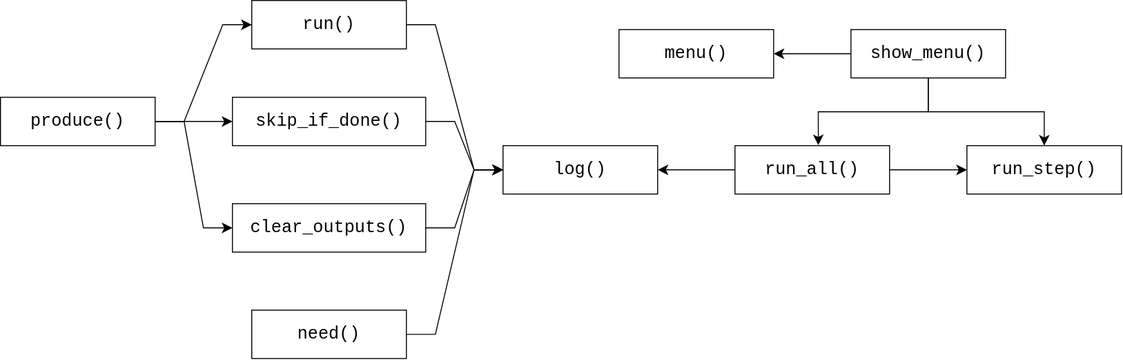
The draw.io diagram img/function_dependencies.svg in nguyuling/16S-Analysis, before a commit. Source tidied: cells renumbered, new cells last; positions are measured from the earlier drawing's top-left corner, leaving out a move shared by most shapes.
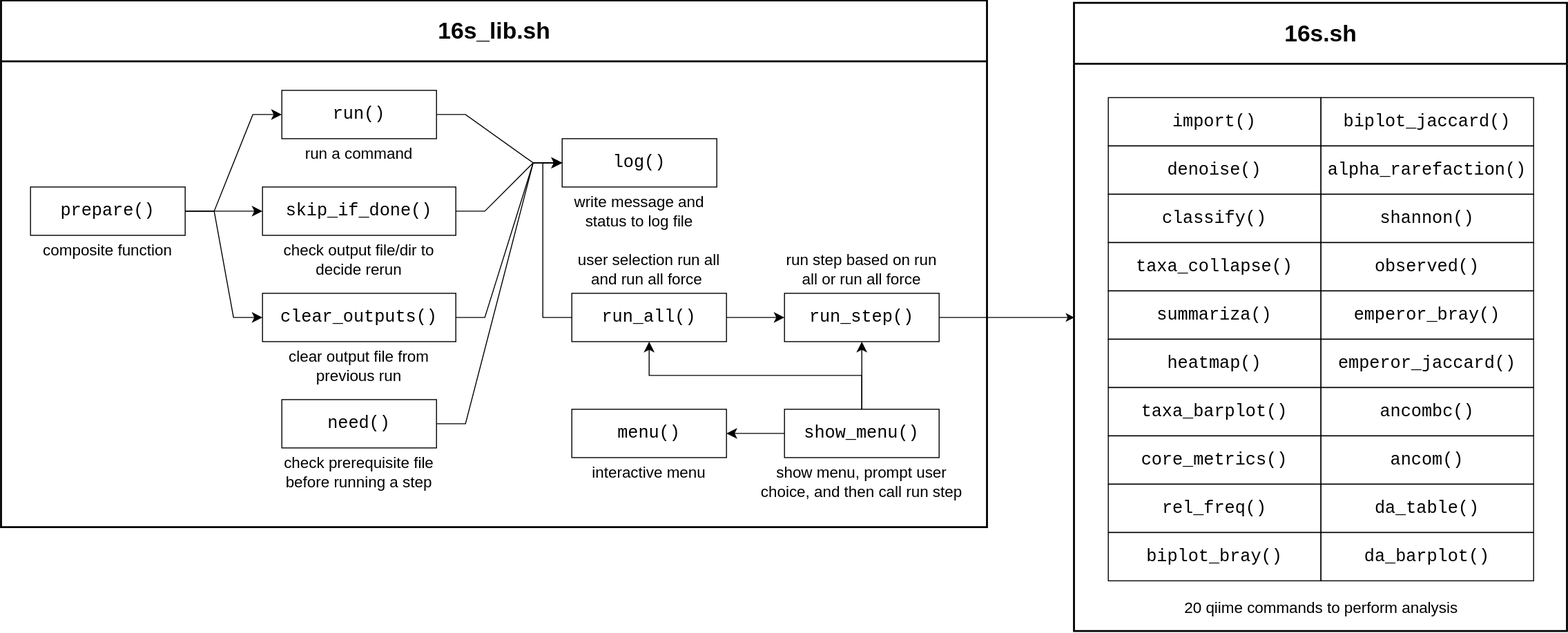
Above is the later version.

Diff of the diagram source:
```diff
@@ -2,59 +2,65 @@
   <root>
     <mxCell id="0" />
     <mxCell id="1" parent="0" />
+    <mxCell id="24" value="&lt;font style=&quot;font-size: 24px;&quot;&gt;16s_lib.sh&lt;/font&gt;" style="swimlane;whiteSpace=wrap;html=1;startSize=63;strokeWidth=2;fillColor=none;" parent="1" vertex="1">
+      <mxGeometry x="-30" y="-92.5" width="1020" height="545" as="geometry" />
+    </mxCell>
-    <mxCell id="2" value="&lt;font style=&quot;font-size: 18px;&quot; face=&quot;Courier New&quot;&gt;log()&lt;/font&gt;" style="rounded=0;whiteSpace=wrap;html=1;" parent="1" vertex="1">
-      <mxGeometry x="520" y="150" width="160" height="50" as="geometry" />
+    <mxCell id="2" value="&lt;font style=&quot;font-size: 18px;&quot; face=&quot;Courier New&quot;&gt;log()&lt;/font&gt;" style="rounded=0;whiteSpace=wrap;html=1;fillColor=none;" parent="1" vertex="1">
+      <mxGeometry x="550" y="50" width="160" height="50" as="geometry" />
     </mxCell>
     <mxCell id="3" style="edgeStyle=entityRelationEdgeStyle;rounded=0;jettySize=auto;html=1;entryX=0;entryY=0.5;entryDx=0;entryDy=0;fontSize=12;defaultLabelBackgroundColor=page;startSize=8;endSize=8;" parent="1" edge="1" source="4" target="2">
       <mxGeometry relative="1" as="geometry" />
     </mxCell>
-    <mxCell id="4" value="&lt;font style=&quot;font-size: 18px;&quot; face=&quot;Courier New&quot;&gt;run()&lt;/font&gt;" style="rounded=0;whiteSpace=wrap;html=1;" parent="1" vertex="1">
+    <mxCell id="4" value="&lt;font style=&quot;font-size: 18px;&quot; face=&quot;Courier New&quot;&gt;run()&lt;/font&gt;" style="rounded=0;whiteSpace=wrap;html=1;fillColor=none;" parent="1" vertex="1">
       <mxGeometry x="260" width="160" height="50" as="geometry" />
     </mxCell>
     <mxCell id="5" style="edgeStyle=entityRelationEdgeStyle;rounded=0;jettySize=auto;html=1;entryX=0;entryY=0.5;entryDx=0;entryDy=0;fontSize=12;defaultLabelBackgroundColor=page;startSize=8;endSize=8;" parent="1" edge="1" source="6" target="2">
       <mxGeometry relative="1" as="geometry" />
     </mxCell>
-    <mxCell id="6" value="&lt;font style=&quot;font-size: 18px;&quot; face=&quot;Courier New&quot;&gt;need()&lt;/font&gt;" style="rounded=0;whiteSpace=wrap;html=1;" parent="1" vertex="1">
+    <mxCell id="6" value="&lt;font style=&quot;font-size: 18px;&quot; face=&quot;Courier New&quot;&gt;need()&lt;/font&gt;" style="rounded=0;whiteSpace=wrap;html=1;fillColor=none;" parent="1" vertex="1">
       <mxGeometry x="260" y="320" width="160" height="50" as="geometry" />
     </mxCell>
+    <mxCell id="25" style="edgeStyle=orthogonalEdgeStyle;rounded=0;jettySize=auto;html=1;entryX=0;entryY=0.5;entryDx=0;entryDy=0;defaultLabelBackgroundColor=page;" parent="1" edge="1" source="7" target="57">
+      <mxGeometry x="-0.18" relative="1" as="geometry" />
+    </mxCell>
-    <mxCell id="7" value="&lt;font style=&quot;font-size: 18px;&quot; face=&quot;Courier New&quot;&gt;run_step()&lt;/font&gt;" style="rounded=0;whiteSpace=wrap;html=1;" parent="1" vertex="1">
-      <mxGeometry x="1000" y="150" width="160" height="50" as="geometry" />
+    <mxCell id="7" value="&lt;font style=&quot;font-size: 18px;&quot; face=&quot;Courier New&quot;&gt;run_step()&lt;/font&gt;" style="rounded=0;whiteSpace=wrap;html=1;fillColor=none;" parent="1" vertex="1">
+      <mxGeometry x="780" y="210" width="160" height="50" as="geometry" />
     </mxCell>
     <mxCell id="8" style="edgeStyle=entityRelationEdgeStyle;rounded=0;jettySize=auto;html=1;entryX=0;entryY=0.5;entryDx=0;entryDy=0;fontSize=12;defaultLabelBackgroundColor=page;startSize=8;endSize=8;" parent="1" edge="1" source="9" target="2">
       <mxGeometry relative="1" as="geometry" />
     </mxCell>
-    <mxCell id="9" value="&lt;font style=&quot;font-size: 18px;&quot; face=&quot;Courier New&quot;&gt;clear_outputs()&lt;/font&gt;" style="rounded=0;whiteSpace=wrap;html=1;" parent="1" vertex="1">
+    <mxCell id="9" value="&lt;font style=&quot;font-size: 18px;&quot; face=&quot;Courier New&quot;&gt;clear_outputs()&lt;/font&gt;" style="rounded=0;whiteSpace=wrap;html=1;fillColor=none;" parent="1" vertex="1">
       <mxGeometry x="240" y="210" width="200" height="50" as="geometry" />
     </mxCell>
     <mxCell id="10" style="edgeStyle=entityRelationEdgeStyle;rounded=0;jettySize=auto;html=1;entryX=0;entryY=0.5;entryDx=0;entryDy=0;fontSize=12;defaultLabelBackgroundColor=page;startSize=8;endSize=8;" parent="1" edge="1" source="11" target="2">
       <mxGeometry relative="1" as="geometry" />
     </mxCell>
-    <mxCell id="11" value="&lt;font style=&quot;font-size: 18px;&quot; face=&quot;Courier New&quot;&gt;skip_if_done()&lt;/font&gt;" style="rounded=0;whiteSpace=wrap;html=1;" parent="1" vertex="1">
+    <mxCell id="11" value="&lt;font style=&quot;font-size: 18px;&quot; face=&quot;Courier New&quot;&gt;skip_if_done()&lt;/font&gt;" style="rounded=0;whiteSpace=wrap;html=1;fillColor=none;" parent="1" vertex="1">
       <mxGeometry x="240" y="100" width="200" height="50" as="geometry" />
     </mxCell>
     <mxCell id="12" style="edgeStyle=none;curved=1;rounded=0;curveGeometry=1;jettySize=auto;html=1;entryX=1;entryY=0.5;entryDx=0;entryDy=0;fontSize=12;defaultLabelBackgroundColor=page;startSize=8;endSize=8;" parent="1" edge="1" source="15" target="16">
       <mxGeometry relative="1" as="geometry" />
     </mxCell>
-    <mxCell id="13" style="edgeStyle=orthogonalEdgeStyle;rounded=0;jettySize=auto;html=1;entryX=0.539;entryY=-0.01;entryDx=0;entryDy=0;fontSize=12;defaultLabelBackgroundColor=page;startSize=8;endSize=8;exitX=0.5;exitY=1;exitDx=0;exitDy=0;entryPerimeter=0;" parent="1" edge="1" source="15" target="19">
+    <mxCell id="13" style="edgeStyle=orthogonalEdgeStyle;rounded=0;jettySize=auto;html=1;entryX=0.5;entryY=1;entryDx=0;entryDy=0;fontSize=12;defaultLabelBackgroundColor=page;startSize=8;endSize=8;exitX=0.5;exitY=0;exitDx=0;exitDy=0;" parent="1" edge="1" source="15" target="19">
       <mxGeometry relative="1" as="geometry" />
     </mxCell>
-    <mxCell id="14" style="edgeStyle=orthogonalEdgeStyle;rounded=0;jettySize=auto;html=1;entryX=0.5;entryY=0;entryDx=0;entryDy=0;fontSize=12;defaultLabelBackgroundColor=page;startSize=8;endSize=8;exitX=0.5;exitY=1;exitDx=0;exitDy=0;" parent="1" edge="1" source="15" target="7">
+    <mxCell id="14" style="edgeStyle=orthogonalEdgeStyle;rounded=0;jettySize=auto;html=1;entryX=0.5;entryY=1;entryDx=0;entryDy=0;fontSize=12;defaultLabelBackgroundColor=page;startSize=8;endSize=8;" parent="1" edge="1" source="15" target="7">
       <mxGeometry relative="1" as="geometry" />
     </mxCell>
-    <mxCell id="15" value="&lt;font style=&quot;font-size: 18px;&quot; face=&quot;Courier New&quot;&gt;show_menu()&lt;/font&gt;" style="rounded=0;whiteSpace=wrap;html=1;" parent="1" vertex="1">
-      <mxGeometry x="880" y="30" width="160" height="50" as="geometry" />
+    <mxCell id="15" value="&lt;font style=&quot;font-size: 18px;&quot; face=&quot;Courier New&quot;&gt;show_menu()&lt;/font&gt;" style="rounded=0;whiteSpace=wrap;html=1;fillColor=none;" parent="1" vertex="1">
+      <mxGeometry x="780" y="330" width="160" height="50" as="geometry" />
     </mxCell>
-    <mxCell id="16" value="&lt;font style=&quot;font-size: 18px;&quot; face=&quot;Courier New&quot;&gt;menu()&lt;/font&gt;" style="rounded=0;whiteSpace=wrap;html=1;" parent="1" vertex="1">
-      <mxGeometry x="640" y="30" width="160" height="50" as="geometry" />
+    <mxCell id="16" value="&lt;font style=&quot;font-size: 18px;&quot; face=&quot;Courier New&quot;&gt;menu()&lt;/font&gt;" style="rounded=0;whiteSpace=wrap;html=1;fillColor=none;" parent="1" vertex="1">
+      <mxGeometry x="560" y="330" width="160" height="50" as="geometry" />
     </mxCell>
+    <mxCell id="18" style="edgeStyle=none;curved=1;rounded=0;curveGeometry=1;jettySize=auto;html=1;entryX=0;entryY=0.5;entryDx=0;entryDy=0;fontSize=12;defaultLabelBackgroundColor=page;startSize=8;endSize=8;" parent="1" edge="1" source="19" target="7">
+      <mxGeometry relative="1" as="geometry" />
+    </mxCell>
-    <mxCell id="17" style="edgeStyle=entityRelationEdgeStyle;rounded=0;jettySize=auto;html=1;entryX=1;entryY=0.5;entryDx=0;entryDy=0;fontSize=12;defaultLabelBackgroundColor=page;startSize=8;endSize=8;exitX=0;exitY=0.5;exitDx=0;exitDy=0;" parent="1" edge="1" source="19" target="2">
+    <mxCell id="17" style="edgeStyle=orthogonalEdgeStyle;rounded=0;jettySize=auto;html=1;entryX=0;entryY=0.5;entryDx=0;entryDy=0;defaultLabelBackgroundColor=page;exitX=0;exitY=0.5;exitDx=0;exitDy=0;" parent="1" edge="1" source="19" target="2">
       <mxGeometry relative="1" as="geometry" />
     </mxCell>
-    <mxCell id="18" style="edgeStyle=none;curved=1;rounded=0;curveGeometry=1;jettySize=auto;html=1;entryX=0;entryY=0.5;entryDx=0;entryDy=0;fontSize=12;defaultLabelBackgroundColor=page;startSize=8;endSize=8;" parent="1" edge="1" source="19" target="7">
-      <mxGeometry relative="1" as="geometry" />
-    </mxCell>
-    <mxCell id="19" value="&lt;font style=&quot;font-size: 18px;&quot; face=&quot;Courier New&quot;&gt;run_all()&lt;/font&gt;" style="rounded=0;whiteSpace=wrap;html=1;" parent="1" vertex="1">
-      <mxGeometry x="760" y="150" width="160" height="50" as="geometry" />
+    <mxCell id="19" value="&lt;font style=&quot;font-size: 18px;&quot; face=&quot;Courier New&quot;&gt;run_all()&lt;/font&gt;" style="rounded=0;whiteSpace=wrap;html=1;fillColor=none;" parent="1" vertex="1">
+      <mxGeometry x="560" y="210" width="160" height="50" as="geometry" />
     </mxCell>
     <mxCell id="20" style="edgeStyle=entityRelationEdgeStyle;rounded=0;jettySize=auto;html=1;entryX=0;entryY=0.5;entryDx=0;entryDy=0;fontSize=12;defaultLabelBackgroundColor=page;startSize=8;endSize=8;" parent="1" edge="1" source="23" target="4">
       <mxGeometry relative="1" as="geometry" />
@@ -65,8 +71,104 @@
     <mxCell id="22" style="edgeStyle=entityRelationEdgeStyle;rounded=0;jettySize=auto;html=1;entryX=0;entryY=0.5;entryDx=0;entryDy=0;fontSize=12;defaultLabelBackgroundColor=page;startSize=8;endSize=8;" parent="1" edge="1" source="23" target="11">
       <mxGeometry relative="1" as="geometry" />
     </mxCell>
-    <mxCell id="23" value="&lt;font style=&quot;font-size: 18px;&quot; face=&quot;Courier New&quot;&gt;produce()&lt;/font&gt;" style="rounded=0;whiteSpace=wrap;html=1;" parent="1" vertex="1">
+    <mxCell id="23" value="&lt;font style=&quot;font-size: 18px;&quot; face=&quot;Courier New&quot;&gt;prepare()&lt;/font&gt;" style="rounded=0;whiteSpace=wrap;html=1;fillColor=none;" parent="1" vertex="1">
       <mxGeometry y="100" width="160" height="50" as="geometry" />
     </mxCell>
+    <mxCell id="26" value="run a command" style="text;html=1;whiteSpace=wrap;strokeColor=none;fillColor=none;align=center;verticalAlign=middle;rounded=0;fontSize=16;" parent="1" vertex="1">
+      <mxGeometry x="260" y="50" width="160" height="30" as="geometry" />
+    </mxCell>
+    <mxCell id="27" value="check output file/dir to decide rerun" style="text;html=1;whiteSpace=wrap;strokeColor=none;fillColor=none;align=center;verticalAlign=middle;rounded=0;fontSize=16;" parent="1" vertex="1">
+      <mxGeometry x="260" y="160" width="160" height="30" as="geometry" />
+    </mxCell>
+    <mxCell id="28" value="clear output file from previous run" style="text;html=1;whiteSpace=wrap;strokeColor=none;fillColor=none;align=center;verticalAlign=middle;rounded=0;fontSize=16;" parent="1" vertex="1">
+      <mxGeometry x="260" y="270" width="160" height="30" as="geometry" />
+    </mxCell>
+    <mxCell id="29" value="check prerequisite file before running a step" style="text;html=1;whiteSpace=wrap;strokeColor=none;fillColor=none;align=center;verticalAlign=middle;rounded=0;fontSize=16;" parent="1" vertex="1">
+      <mxGeometry x="260" y="380" width="160" height="30" as="geometry" />
+    </mxCell>
+    <mxCell id="30" value="composite function" style="text;html=1;whiteSpace=wrap;strokeColor=none;fillColor=none;align=center;verticalAlign=middle;rounded=0;fontSize=16;" parent="1" vertex="1">
+      <mxGeometry y="150" width="160" height="30" as="geometry" />
+    </mxCell>
+    <mxCell id="31" value="write message and status to log file" style="text;html=1;whiteSpace=wrap;strokeColor=none;fillColor=none;align=center;verticalAlign=middle;rounded=0;fontSize=16;" parent="1" vertex="1">
+      <mxGeometry x="550" y="110" width="160" height="30" as="geometry" />
+    </mxCell>
+    <mxCell id="32" value="user selection run all and run all force&amp;nbsp;" style="text;html=1;whiteSpace=wrap;strokeColor=none;fillColor=none;align=center;verticalAlign=middle;rounded=0;fontSize=16;" parent="1" vertex="1">
+      <mxGeometry x="560" y="170" width="160" height="30" as="geometry" />
+    </mxCell>
+    <mxCell id="33" value="interactive menu" style="text;html=1;whiteSpace=wrap;strokeColor=none;fillColor=none;align=center;verticalAlign=middle;rounded=0;fontSize=16;" parent="1" vertex="1">
+      <mxGeometry x="560" y="380" width="160" height="30" as="geometry" />
+    </mxCell>
+    <mxCell id="34" value="show menu, prompt user choice, and then call run step" style="text;html=1;whiteSpace=wrap;strokeColor=none;fillColor=none;align=center;verticalAlign=middle;rounded=0;fontSize=16;" parent="1" vertex="1">
+      <mxGeometry x="750" y="390" width="220" height="30" as="geometry" />
+    </mxCell>
+    <mxCell id="35" value="run step based on run all or run all force" style="text;html=1;whiteSpace=wrap;strokeColor=none;fillColor=none;align=center;verticalAlign=middle;rounded=0;fontSize=16;" parent="1" vertex="1">
+      <mxGeometry x="780" y="170" width="160" height="30" as="geometry" />
+    </mxCell>
+    <mxCell id="36" value="&lt;font style=&quot;font-size: 18px;&quot; face=&quot;Courier New&quot;&gt;da_barplot()&lt;/font&gt;" style="rounded=0;whiteSpace=wrap;html=1;fillColor=none;" parent="1" vertex="1">
+      <mxGeometry x="1335" y="457.5" width="220" height="50" as="geometry" />
+    </mxCell>
+    <mxCell id="37" value="&lt;font style=&quot;font-size: 18px;&quot; face=&quot;Courier New&quot;&gt;da_table()&lt;/font&gt;" style="rounded=0;whiteSpace=wrap;html=1;fillColor=none;" parent="1" vertex="1">
+      <mxGeometry x="1335" y="407.5" width="220" height="50" as="geometry" />
+    </mxCell>
+    <mxCell id="38" value="&lt;font style=&quot;font-size: 18px;&quot; face=&quot;Courier New&quot;&gt;ancom()&lt;/font&gt;" style="rounded=0;whiteSpace=wrap;html=1;fillColor=none;" parent="1" vertex="1">
+      <mxGeometry x="1335" y="357.5" width="220" height="50" as="geometry" />
+    </mxCell>
+    <mxCell id="39" value="&lt;font style=&quot;font-size: 18px;&quot; face=&quot;Courier New&quot;&gt;ancombc()&lt;/font&gt;" style="rounded=0;whiteSpace=wrap;html=1;fillColor=none;" parent="1" vertex="1">
+      <mxGeometry x="1335" y="307.5" width="220" height="50" as="geometry" />
+    </mxCell>
+    <mxCell id="40" value="&lt;font style=&quot;font-size: 18px;&quot; face=&quot;Courier New&quot;&gt;emperor_jaccard()&lt;/font&gt;" style="rounded=0;whiteSpace=wrap;html=1;fillColor=none;" parent="1" vertex="1">
+      <mxGeometry x="1335" y="257.5" width="220" height="50" as="geometry" />
+    </mxCell>
+    <mxCell id="41" value="&lt;font style=&quot;font-size: 18px;&quot; face=&quot;Courier New&quot;&gt;emperor_bray()&lt;/font&gt;" style="rounded=0;whiteSpace=wrap;html=1;fillColor=none;" parent="1" vertex="1">
+      <mxGeometry x="1335" y="207.5" width="220" height="50" as="geometry" />
+    </mxCell>
+    <mxCell id="42" value="&lt;font style=&quot;font-size: 18px;&quot; face=&quot;Courier New&quot;&gt;observed()&lt;/font&gt;" style="rounded=0;whiteSpace=wrap;html=1;fillColor=none;" parent="1" vertex="1">
+      <mxGeometry x="1335" y="157.5" width="220" height="50" as="geometry" />
+    </mxCell>
+    <mxCell id="43" value="&lt;font style=&quot;font-size: 18px;&quot; face=&quot;Courier New&quot;&gt;shannon()&lt;/font&gt;" style="rounded=0;whiteSpace=wrap;html=1;fillColor=none;" parent="1" vertex="1">
+      <mxGeometry x="1335" y="107.5" width="220" height="50" as="geometry" />
+    </mxCell>
+    <mxCell id="44" value="&lt;font style=&quot;font-size: 18px;&quot; face=&quot;Courier New&quot;&gt;alpha_rarefaction()&lt;/font&gt;" style="rounded=0;whiteSpace=wrap;html=1;fillColor=none;" parent="1" vertex="1">
+      <mxGeometry x="1335" y="57.5" width="220" height="50" as="geometry" />
+    </mxCell>
+    <mxCell id="45" value="&lt;font style=&quot;font-size: 18px;&quot; face=&quot;Courier New&quot;&gt;biplot_jaccard()&lt;/font&gt;" style="rounded=0;whiteSpace=wrap;html=1;fillColor=none;" parent="1" vertex="1">
+      <mxGeometry x="1335" y="7.5" width="220" height="50" as="geometry" />
+    </mxCell>
+    <mxCell id="46" value="&lt;font style=&quot;font-size: 18px;&quot; face=&quot;Courier New&quot;&gt;biplot_bray()&lt;/font&gt;" style="rounded=0;whiteSpace=wrap;html=1;fillColor=none;" parent="1" vertex="1">
+      <mxGeometry x="1115" y="457.5" width="220" height="50" as="geometry" />
+    </mxCell>
+    <mxCell id="47" value="&lt;font style=&quot;font-size: 18px;&quot; face=&quot;Courier New&quot;&gt;rel_freq()&lt;/font&gt;" style="rounded=0;whiteSpace=wrap;html=1;fillColor=none;" parent="1" vertex="1">
+      <mxGeometry x="1115" y="407.5" width="220" height="50" as="geometry" />
+    </mxCell>
+    <mxCell id="48" value="&lt;font style=&quot;font-size: 18px;&quot; face=&quot;Courier New&quot;&gt;core_metrics()&lt;/font&gt;" style="rounded=0;whiteSpace=wrap;html=1;fillColor=none;" parent="1" vertex="1">
+      <mxGeometry x="1115" y="357.5" width="220" height="50" as="geometry" />
+    </mxCell>
+    <mxCell id="49" value="&lt;font style=&quot;font-size: 18px;&quot; face=&quot;Courier New&quot;&gt;taxa_barplot()&lt;/font&gt;" style="rounded=0;whiteSpace=wrap;html=1;fillColor=none;" parent="1" vertex="1">
+      <mxGeometry x="1115" y="307.5" width="220" height="50" as="geometry" />
+    </mxCell>
+    <mxCell id="50" value="&lt;font style=&quot;font-size: 18px;&quot; face=&quot;Courier New&quot;&gt;heatmap()&lt;/font&gt;" style="rounded=0;whiteSpace=wrap;html=1;fillColor=none;" parent="1" vertex="1">
+      <mxGeometry x="1115" y="257.5" width="220" height="50" as="geometry" />
+    </mxCell>
+    <mxCell id="51" value="&lt;font style=&quot;font-size: 18px;&quot; face=&quot;Courier New&quot;&gt;summariza()&lt;/font&gt;" style="rounded=0;whiteSpace=wrap;html=1;fillColor=none;" parent="1" vertex="1">
+      <mxGeometry x="1115" y="207.5" width="220" height="50" as="geometry" />
+    </mxCell>
+    <mxCell id="52" value="&lt;font style=&quot;font-size: 18px;&quot; face=&quot;Courier New&quot;&gt;taxa_collapse()&lt;/font&gt;" style="rounded=0;whiteSpace=wrap;html=1;fillColor=none;" parent="1" vertex="1">
+      <mxGeometry x="1115" y="157.5" width="220" height="50" as="geometry" />
+    </mxCell>
+    <mxCell id="53" value="&lt;font style=&quot;font-size: 18px;&quot; face=&quot;Courier New&quot;&gt;classify()&lt;/font&gt;" style="rounded=0;whiteSpace=wrap;html=1;fillColor=none;" parent="1" vertex="1">
+      <mxGeometry x="1115" y="107.5" width="220" height="50" as="geometry" />
+    </mxCell>
+    <mxCell id="54" value="&lt;font style=&quot;font-size: 18px;&quot; face=&quot;Courier New&quot;&gt;denoise()&lt;/font&gt;" style="rounded=0;whiteSpace=wrap;html=1;fillColor=none;" parent="1" vertex="1">
+      <mxGeometry x="1115" y="57.5" width="220" height="50" as="geometry" />
+    </mxCell>
+    <mxCell id="55" value="&lt;font style=&quot;font-size: 18px;&quot; face=&quot;Courier New&quot;&gt;import()&lt;/font&gt;" style="rounded=0;whiteSpace=wrap;html=1;fillColor=none;" parent="1" vertex="1">
+      <mxGeometry x="1115" y="7.5" width="220" height="50" as="geometry" />
+    </mxCell>
+    <mxCell id="56" value="20 qiime commands to perform analysis" style="text;html=1;whiteSpace=wrap;strokeColor=none;fillColor=none;align=center;verticalAlign=middle;rounded=0;fontSize=16;" parent="1" vertex="1">
+      <mxGeometry x="1192.5" y="520" width="285" height="30" as="geometry" />
+    </mxCell>
+    <mxCell id="57" value="&lt;font style=&quot;font-size: 24px;&quot;&gt;16s.sh&lt;/font&gt;" style="swimlane;whiteSpace=wrap;html=1;startSize=63;strokeWidth=2;fillColor=none;" parent="1" vertex="1">
+      <mxGeometry x="1080" y="-90" width="510" height="650" as="geometry" />
+    </mxCell>
   </root>
 </mxGraphModel>
```
